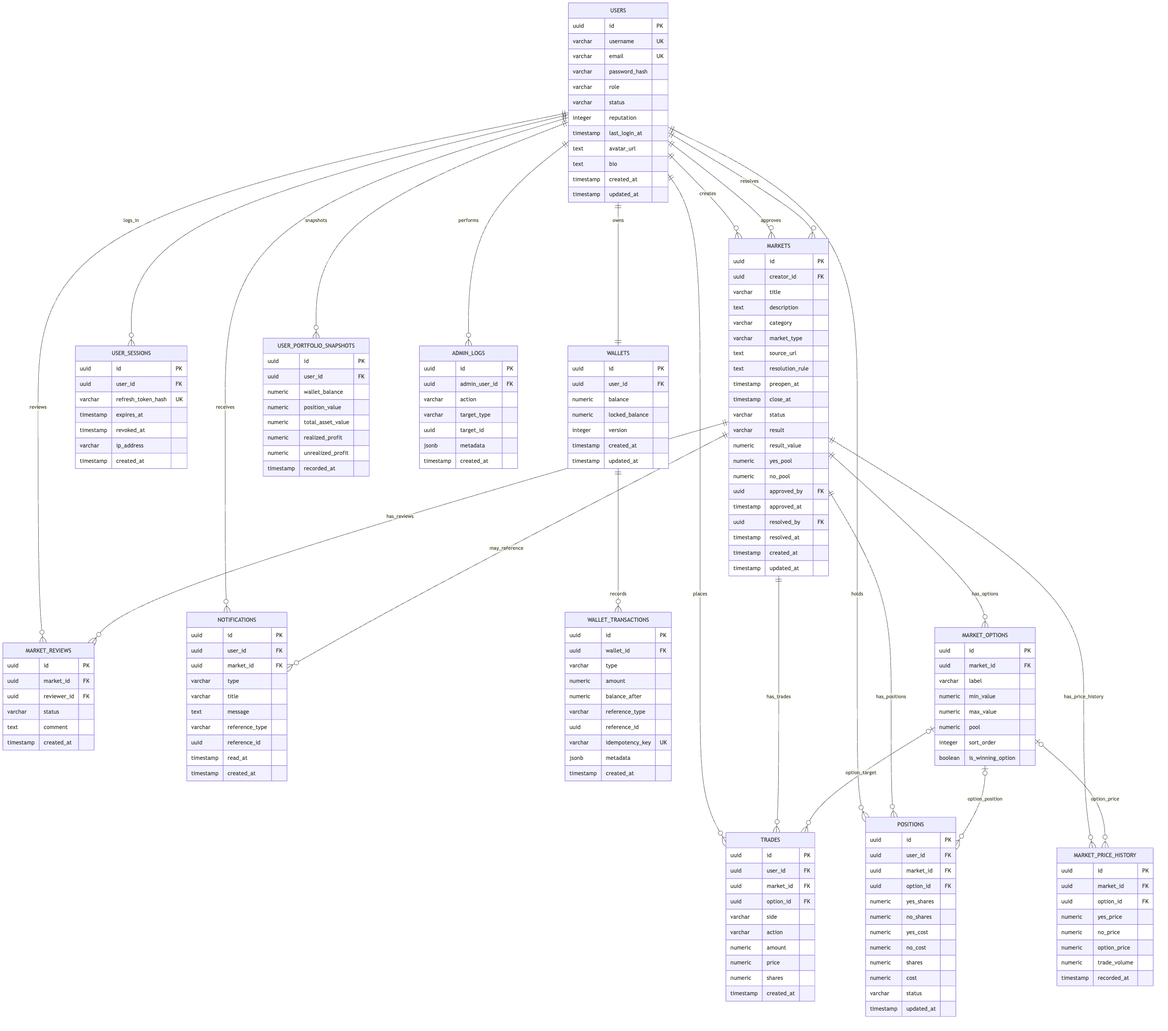
Above: docs/資料庫設計/erd/ucmarket-er-diagram.png in b2626826-blip/UcMarket (Mermaid), before the change. Its source is kept beside it as docs/資料庫設計/erd/ucmarket-er-diagram.mmd.
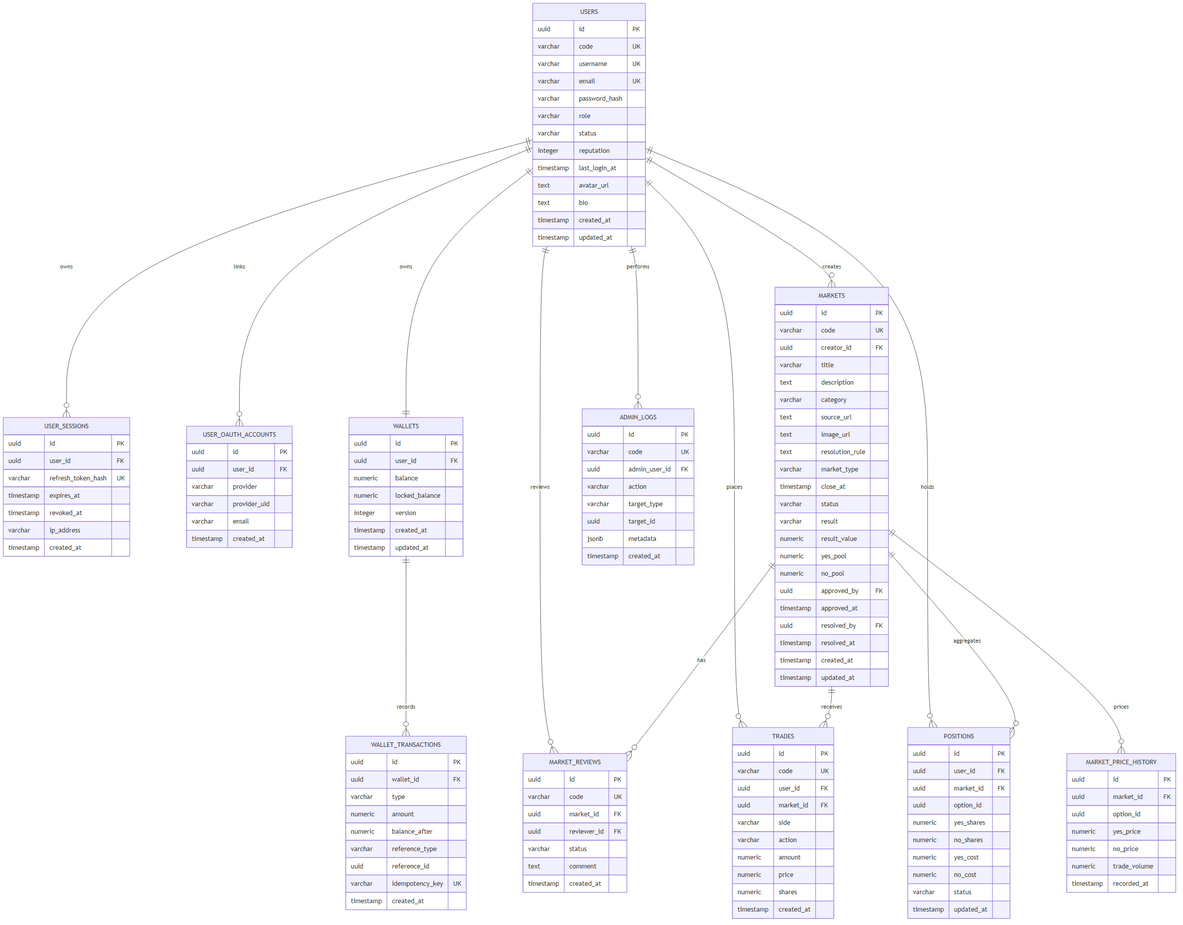
After the change.

Change to the diagram source:
```diff
@@ -1,28 +1,21 @@
 erDiagram
+    USERS ||--o{ USER_SESSIONS : owns
+    USERS ||--o{ USER_OAUTH_ACCOUNTS : links
     USERS ||--|| WALLETS : owns
-    USERS ||--o{ USER_SESSIONS : logs_in
     USERS ||--o{ MARKETS : creates
-    USERS ||--o{ MARKETS : approves
-    USERS ||--o{ MARKETS : resolves
     USERS ||--o{ MARKET_REVIEWS : reviews
     USERS ||--o{ TRADES : places
     USERS ||--o{ POSITIONS : holds
-    USERS ||--o{ USER_PORTFOLIO_SNAPSHOTS : snapshots
-    USERS ||--o{ NOTIFICATIONS : receives
     USERS ||--o{ ADMIN_LOGS : performs
     WALLETS ||--o{ WALLET_TRANSACTIONS : records
-    MARKETS ||--o{ MARKET_REVIEWS : has_reviews
-    MARKETS ||--o{ MARKET_OPTIONS : has_options
-    MARKETS ||--o{ TRADES : has_trades
-    MARKETS ||--o{ POSITIONS : has_positions
-    MARKETS ||--o{ MARKET_PRICE_HISTORY : has_price_history
-    MARKETS ||--o{ NOTIFICATIONS : may_reference
-    MARKET_OPTIONS |o--o{ TRADES : option_target
-    MARKET_OPTIONS |o--o{ POSITIONS : option_position
-    MARKET_OPTIONS |o--o{ MARKET_PRICE_HISTORY : option_price
+    MARKETS ||--o{ MARKET_REVIEWS : has
+    MARKETS ||--o{ TRADES : receives
+    MARKETS ||--o{ POSITIONS : aggregates
+    MARKETS ||--o{ MARKET_PRICE_HISTORY : prices
 
     USERS {
         uuid id PK
+        varchar code UK
         varchar username UK
         varchar email UK
         varchar password_hash
@@ -44,6 +37,14 @@
         varchar ip_address
         timestamp created_at
     }
+    USER_OAUTH_ACCOUNTS {
+        uuid id PK
+        uuid user_id FK
+        varchar provider
+        varchar provider_uid
+        varchar email
+        timestamp created_at
+    }
     WALLETS {
         uuid id PK
         uuid user_id FK
@@ -53,28 +54,17 @@
         timestamp created_at
         timestamp updated_at
     }
-    WALLET_TRANSACTIONS {
-        uuid id PK
-        uuid wallet_id FK
-        varchar type
-        numeric amount
-        numeric balance_after
-        varchar reference_type
-        uuid reference_id
-        varchar idempotency_key UK
-        jsonb metadata
-        timestamp created_at
-    }
     MARKETS {
         uuid id PK
+        varchar code UK
         uuid creator_id FK
         varchar title
         text description
         varchar category
+        text source_url
+        text image_url
+        text resolution_rule
         varchar market_type
-        text source_url
-        text resolution_rule
-        timestamp preopen_at
         timestamp close_at
         varchar status
         varchar result
@@ -90,27 +80,18 @@
     }
     MARKET_REVIEWS {
         uuid id PK
+        varchar code UK
         uuid market_id FK
         uuid reviewer_id FK
         varchar status
         text comment
         timestamp created_at
     }
-    MARKET_OPTIONS {
-        uuid id PK
-        uuid market_id FK
-        varchar label
-        numeric min_value
-        numeric max_value
-        numeric pool
-        integer sort_order
-        boolean is_winning_option
-    }
     TRADES {
         uuid id PK
+        varchar code UK
         uuid user_id FK
         uuid market_id FK
-        uuid option_id FK
         varchar side
         varchar action
         numeric amount
@@ -122,50 +103,37 @@
         uuid id PK
         uuid user_id FK
         uuid market_id FK
-        uuid option_id FK
+        uuid option_id
         numeric yes_shares
         numeric no_shares
         numeric yes_cost
         numeric no_cost
-        numeric shares
-        numeric cost
         varchar status
         timestamp updated_at
     }
     MARKET_PRICE_HISTORY {
         uuid id PK
         uuid market_id FK
-        uuid option_id FK
+        uuid option_id
         numeric yes_price
         numeric no_price
-        numeric option_price
         numeric trade_volume
         timestamp recorded_at
     }
-    USER_PORTFOLIO_SNAPSHOTS {
+    WALLET_TRANSACTIONS {
         uuid id PK
-        uuid user_id FK
-        numeric wallet_balance
-        numeric position_value
-        numeric total_asset_value
-        numeric realized_profit
-        numeric unrealized_profit
-        timestamp recorded_at
-    }
-    NOTIFICATIONS {
-        uuid id PK
-        uuid user_id FK
-        uuid market_id FK
+        uuid wallet_id FK
         varchar type
-        varchar title
-        text message
+        numeric amount
+        numeric balance_after
         varchar reference_type
         uuid reference_id
-        timestamp read_at
+        varchar idempotency_key UK
         timestamp created_at
     }
     ADMIN_LOGS {
         uuid id PK
+        varchar code UK
         uuid admin_user_id FK
         varchar action
         varchar target_type
```
